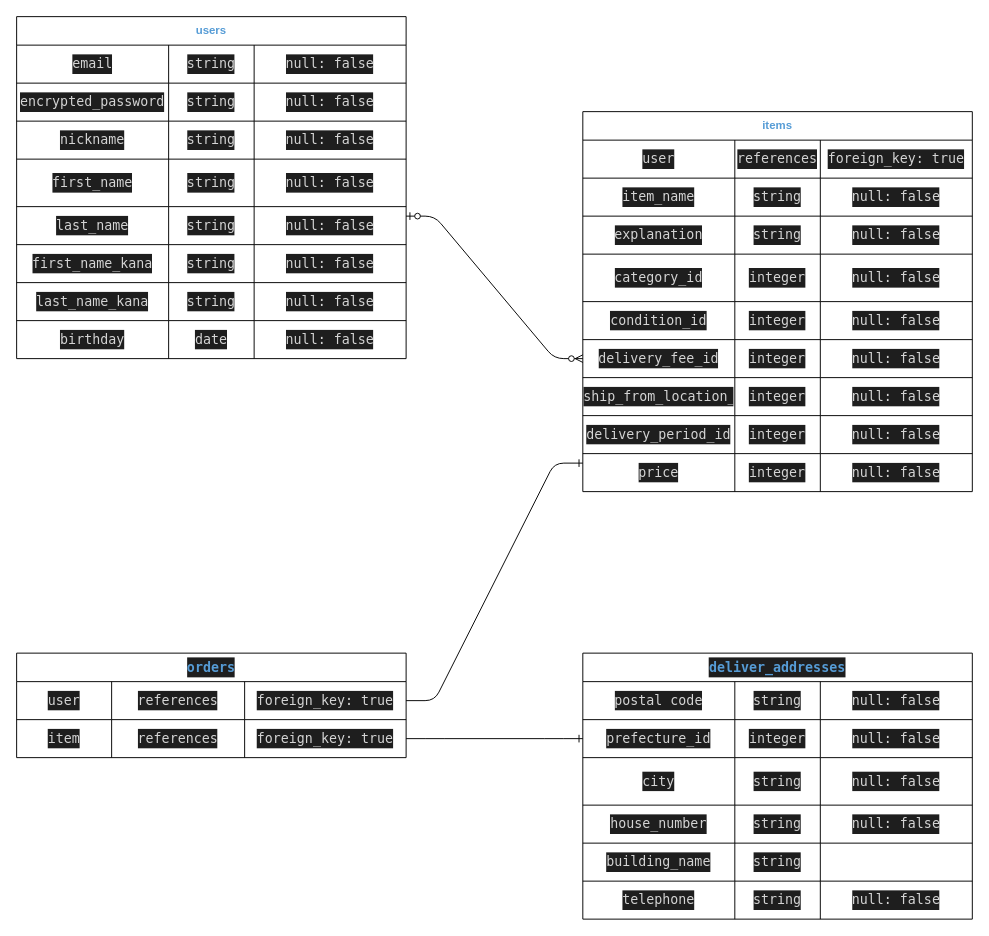
Above: .drawio or .dio in harunana7/furima-31044 (draw.io), before the change. Source tidied: cells renumbered, new cells numbered last; positions are measured from the earlier drawing's top-left corner, leaving out a move shared by most shapes. Both pictures are drawn from the tidied source at 95%, with x=0, y=0 at pixel (16, 16).
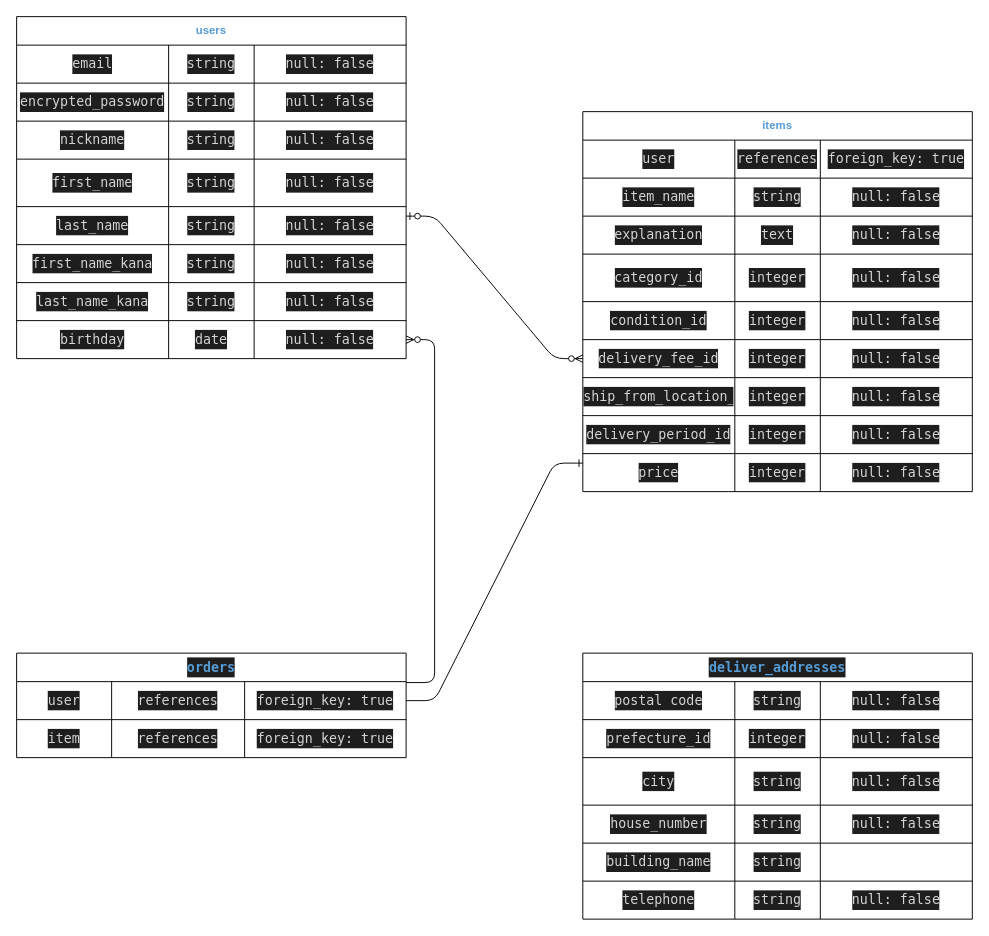
The same page after the edit.

Unchanged cells that the change refers to:
```xml
<mxCell id="31" style="shape=partialRectangle;html=1;whiteSpace=wrap;fillColor=none;top=0;left=0;bottom=0;right=0;points=[[0,0.5],[1,0.5]];portConstraint=eastwest;" parent="2" vertex="1">
  <mxGeometry y="320" width="410" height="40" as="geometry" />
</mxCell>
<mxCell id="45" style="shape=partialRectangle;html=1;whiteSpace=wrap;fillColor=none;top=0;left=0;bottom=0;right=0;" parent="36" vertex="1">
  <mxGeometry y="110" width="410" height="40" as="geometry" />
</mxCell>
<mxCell id="74" style="shape=partialRectangle;html=1;whiteSpace=wrap;fillColor=none;top=0;left=0;bottom=0;right=0;points=[[0,0.5],[1,0.5]];portConstraint=eastwest;" parent="73" vertex="1">
  <mxGeometry y="30" width="410" height="40" as="geometry" />
</mxCell>
<mxCell id="87" style="shape=partialRectangle;html=1;whiteSpace=wrap;fillColor=none;top=0;left=0;bottom=0;right=0;points=[[0,0.5],[1,0.5]];portConstraint=eastwest;" parent="82" vertex="1">
  <mxGeometry y="70" width="410" height="40" as="geometry" />
</mxCell>
```

What changed in the source:
```diff
@@
-    <mxCell id="47" value="&lt;div style=&quot;color: rgb(212 , 212 , 212) ; background-color: rgb(30 , 30 , 30) ; font-family: &amp;#34;ricty diminished&amp;#34; , &amp;#34;menlo&amp;#34; , &amp;#34;monaco&amp;#34; , &amp;#34;courier new&amp;#34; , monospace ; font-size: 14px ; line-height: 21px&quot;&gt;string&lt;/div&gt;" style="shape=partialRectangle;html=1;whiteSpace=wrap;fillColor=none;top=0;left=0;bottom=0;right=0;overflow=hidden;" parent="45" vertex="1">
+    <mxCell id="47" value="&lt;div style=&quot;color: rgb(212 , 212 , 212) ; background-color: rgb(30 , 30 , 30) ; font-family: &amp;#34;ricty diminished&amp;#34; , &amp;#34;menlo&amp;#34; , &amp;#34;monaco&amp;#34; , &amp;#34;courier new&amp;#34; , monospace ; font-size: 14px ; line-height: 21px&quot;&gt;text&lt;/div&gt;" style="shape=partialRectangle;html=1;whiteSpace=wrap;fillColor=none;top=0;left=0;bottom=0;right=0;overflow=hidden;" parent="45" vertex="1">
       <mxGeometry x="160" width="90" height="40" as="geometry" />
     </mxCell>
@@
-    <mxCell id="109" style="edgeStyle=entityRelationEdgeStyle;fontSize=12;html=1;endArrow=ERone;endFill=1;entryX=0;entryY=0.5;entryDx=0;entryDy=0;" parent="1" edge="1" target="87">
-      <mxGeometry relative="1" as="geometry">
-        <mxPoint x="410" y="760" as="sourcePoint" />
-      </mxGeometry>
-    </mxCell>
+    <mxCell id="110" style="edgeStyle=entityRelationEdgeStyle;fontSize=12;html=1;endArrow=ERzeroToMany;endFill=1;exitX=1;exitY=0.025;exitDx=0;exitDy=0;exitPerimeter=0;" parent="1" edge="1" source="74" target="31">
+      <mxGeometry relative="1" as="geometry" />
+    </mxCell>
```
